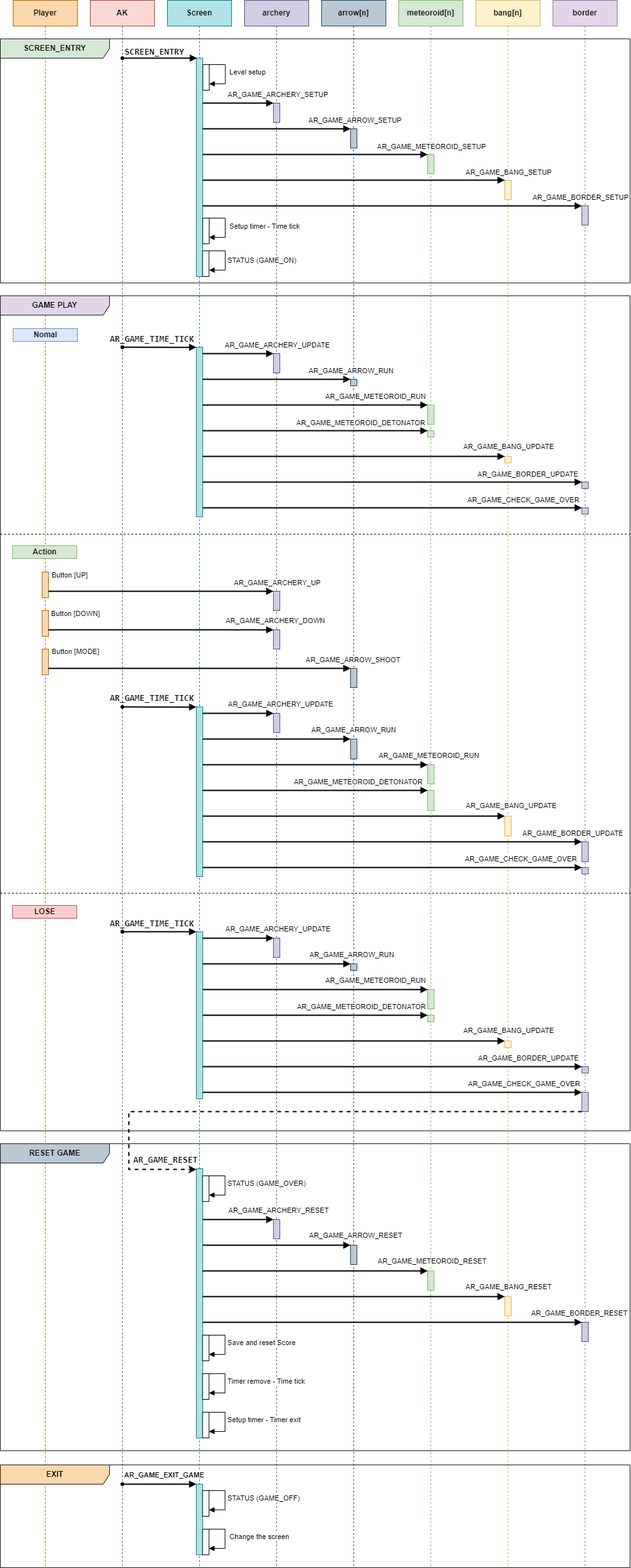
This is images/All_game_UML-Copy of Page-1.drawio.png from QuocBuu/tai_lieu_archery_game, a draw.io export, as it was before one commit. Source tidied: cells renumbered, new cells last; positions are measured from the earlier drawing's top-left corner, leaving out a move shared by most shapes.
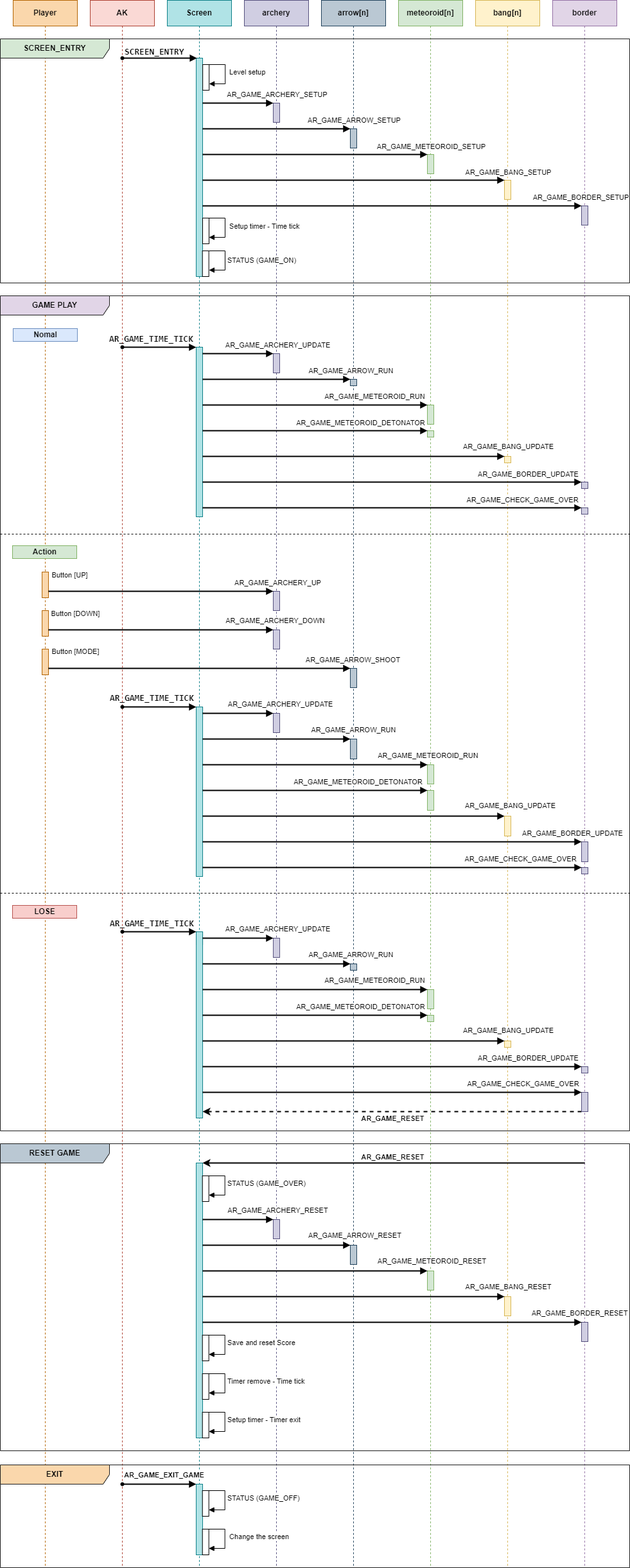
The same file after the commit.

What changed in the source:
```diff
@@ -211,7 +211,7 @@
       <mxGeometry x="45" y="1888" width="10" height="20" as="geometry" />
     </mxCell>
     <mxCell id="52" style="html=1;points=[[0,0,0,0,5],[0,1,0,0,-5],[1,0,0,0,5],[1,1,0,0,-5]];perimeter=orthogonalPerimeter;outlineConnect=0;targetShapes=umlLifeline;portConstraint=eastwest;newEdgeStyle={&quot;curved&quot;:0,&quot;rounded&quot;:0};fillColor=#b0e3e6;strokeColor=#0e8088;" parent="24" vertex="1">
-      <mxGeometry x="45" y="1819" width="10" height="419" as="geometry" />
+      <mxGeometry x="45" y="1810" width="10" height="428" as="geometry" />
     </mxCell>
     <mxCell id="53" style="html=1;points=[[0,0,0,0,5],[0,1,0,0,-5],[1,0,0,0,5],[1,1,0,0,-5]];perimeter=orthogonalPerimeter;outlineConnect=0;targetShapes=umlLifeline;portConstraint=eastwest;newEdgeStyle={&quot;curved&quot;:0,&quot;rounded&quot;:0};fillColor=#bac8d3;strokeColor=#23445d;" parent="24" vertex="1">
       <mxGeometry x="285" y="1938" width="10" height="30" as="geometry" />
@@ -463,8 +463,10 @@
         </Array>
       </mxGeometry>
     </mxCell>
-    <mxCell id="97" value="&lt;div style=&quot;font-family: Consolas, &amp;quot;Courier New&amp;quot;, monospace; font-size: 14px; line-height: 19px;&quot;&gt;AR_GAME_RESET&lt;br&gt;&lt;/div&gt;" style="edgeLabel;html=1;align=center;verticalAlign=middle;labelBackgroundColor=none;fontColor=default;fontStyle=1;" parent="88" vertex="1">
-      <mxGeometry x="255.7" y="24" as="geometry" />
+    <mxCell id="97" value="&lt;div style=&quot;font-family: Consolas, &amp;quot;Courier New&amp;quot;, monospace; line-height: 19px;&quot;&gt;&lt;br&gt;&lt;/div&gt;" style="edgeLabel;html=1;align=center;verticalAlign=middle;labelBackgroundColor=none;fontColor=default;fontStyle=1;" parent="88" vertex="1">
+      <mxGeometry x="264.7" y="28" as="geometry">
+        <mxPoint x="341" y="-69" as="offset" />
+      </mxGeometry>
     </mxCell>
     <mxCell id="98" value="GAME PLAY" style="shape=umlFrame;whiteSpace=wrap;html=1;width=170;fillColor=#e1d5e7;strokeColor=#1E1E1E;fontStyle=1;" parent="1" vertex="1">
       <mxGeometry y="460" width="980" height="1300" as="geometry" />
@@ -649,7 +651,7 @@
       <mxGeometry x="305" y="1450" width="10" height="20" as="geometry" />
     </mxCell>
     <mxCell id="144" style="html=1;points=[[0,0,0,0,5],[0,1,0,0,-5],[1,0,0,0,5],[1,1,0,0,-5]];perimeter=orthogonalPerimeter;outlineConnect=0;targetShapes=umlLifeline;portConstraint=eastwest;newEdgeStyle={&quot;curved&quot;:0,&quot;rounded&quot;:0};fillColor=#b0e3e6;strokeColor=#0e8088;" parent="1" vertex="1">
-      <mxGeometry x="305" y="1450" width="10" height="260" as="geometry" />
+      <mxGeometry x="305" y="1450" width="10" height="290" as="geometry" />
     </mxCell>
     <mxCell id="145" style="html=1;points=[[0,0,0,0,5],[0,1,0,0,-5],[1,0,0,0,5],[1,1,0,0,-5]];perimeter=orthogonalPerimeter;outlineConnect=0;targetShapes=umlLifeline;portConstraint=eastwest;newEdgeStyle={&quot;curved&quot;:0,&quot;rounded&quot;:0};fillColor=#d0cee2;strokeColor=#56517e;" parent="1" vertex="1">
       <mxGeometry x="425" y="1460" width="10" height="30" as="geometry" />
@@ -681,14 +683,19 @@
         </Array>
       </mxGeometry>
     </mxCell>
-    <mxCell id="151" style="edgeStyle=orthogonalEdgeStyle;rounded=0;jettySize=auto;html=1;curved=0;strokeWidth=2;dashed=1;" parent="1" edge="1" source="152" target="52">
+    <mxCell id="151" style="edgeStyle=orthogonalEdgeStyle;rounded=0;jettySize=auto;html=1;curved=0;strokeWidth=2;dashed=1;" parent="1" edge="1" source="152" target="144">
       <mxGeometry relative="1" as="geometry">
         <Array as="points">
-          <mxPoint x="200" y="1730" />
-          <mxPoint x="200" y="1820" />
+          <mxPoint x="610" y="1730" />
+          <mxPoint x="610" y="1730" />
         </Array>
       </mxGeometry>
     </mxCell>
+    <mxCell id="175" value="AR_GAME_RESET" style="edgeLabel;html=1;align=center;verticalAlign=middle;fontStyle=1;" parent="151" vertex="1">
+      <mxGeometry x="-0.16" y="-1" relative="1" as="geometry">
+        <mxPoint x="-47" y="11" as="offset" />
+      </mxGeometry>
+    </mxCell>
     <mxCell id="152" style="html=1;points=[[0,0,0,0,5],[0,1,0,0,-5],[1,0,0,0,5],[1,1,0,0,-5]];perimeter=orthogonalPerimeter;outlineConnect=0;targetShapes=umlLifeline;portConstraint=eastwest;newEdgeStyle={&quot;curved&quot;:0,&quot;rounded&quot;:0};fillColor=#d0cee2;strokeColor=#56517e;" parent="1" vertex="1">
       <mxGeometry x="905" y="1700" width="10" height="30" as="geometry" />
     </mxCell>
@@ -809,5 +816,19 @@
     <mxCell id="174" style="shape=waypoint;sketch=0;fillStyle=solid;size=6;points=[];fillColor=none;perimeter=centerPerimeter;snapToPoint=1;" parent="1" vertex="1">
       <mxGeometry x="180" y="1440" width="20" height="20" as="geometry" />
     </mxCell>
+    <mxCell id="176" style="edgeStyle=orthogonalEdgeStyle;rounded=0;jettySize=auto;html=1;curved=0;strokeWidth=2;" parent="1" edge="1" target="52">
+      <mxGeometry relative="1" as="geometry">
+        <mxPoint x="910" y="1810" as="sourcePoint" />
+        <Array as="points">
+          <mxPoint x="630" y="1810" />
+          <mxPoint x="630" y="1810" />
+        </Array>
+      </mxGeometry>
+    </mxCell>
+    <mxCell id="177" value="AR_GAME_RESET" style="edgeLabel;html=1;align=center;verticalAlign=middle;fontStyle=1;spacing=2;" parent="176" vertex="1">
+      <mxGeometry x="0.07" relative="1" as="geometry">
+        <mxPoint x="18" y="-10" as="offset" />
+      </mxGeometry>
+    </mxCell>
   </root>
 </mxGraphModel>
```
